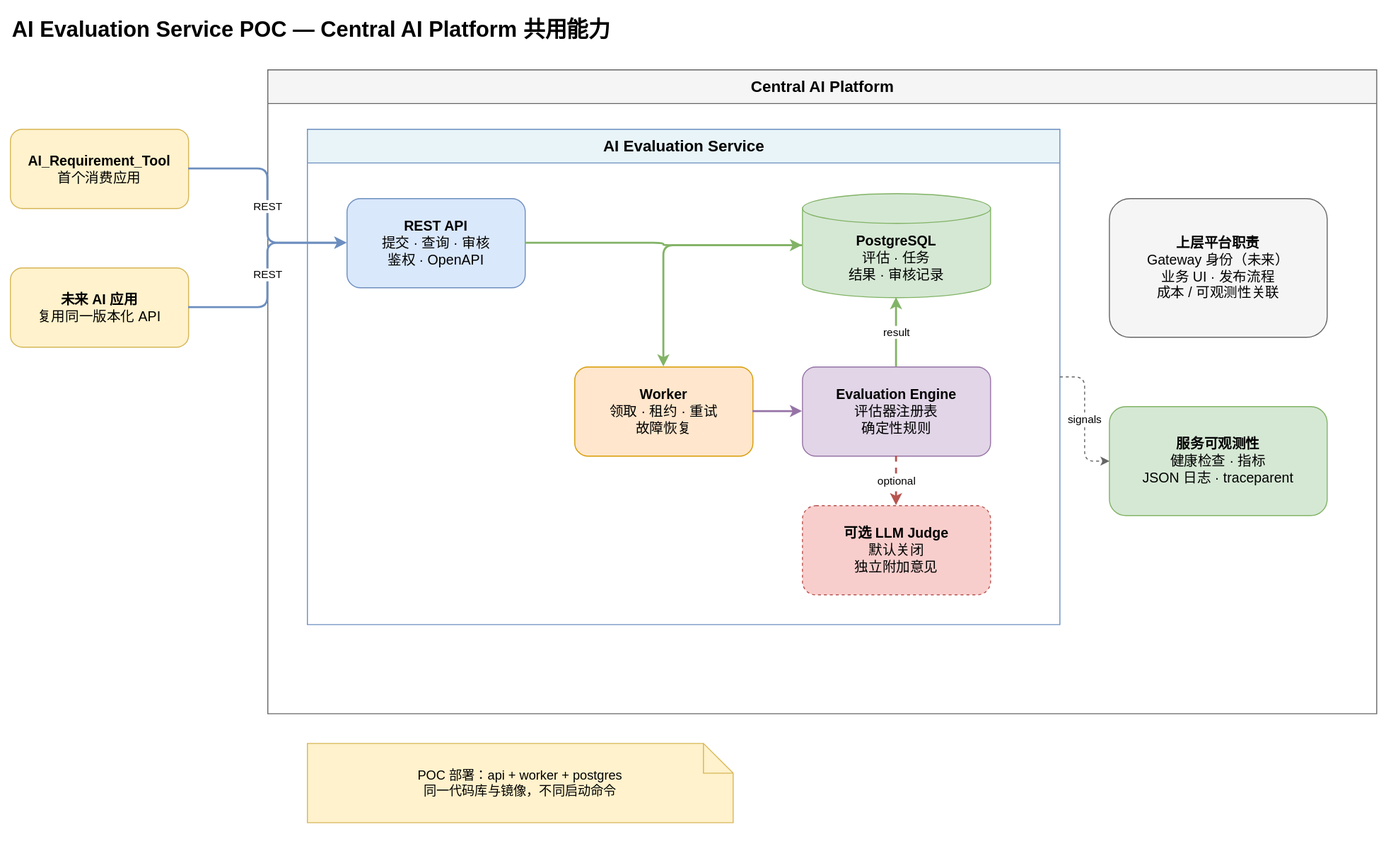
Earlier version of the draw.io export docs/diagrams/ai-evaluation-service-poc-architecture.drawio.svg (gjnzsu/ai-evaluation-service). Source tidied: cells renumbered, new cells last; positions are measured from the earlier drawing's top-left corner, leaving out a move shared by most shapes. The source it was exported from:
```xml
<mxGraphModel>
  <root>
    <mxCell id="0" />
    <mxCell id="1" parent="0" />
    <mxCell id="2" value="AI Evaluation Service POC — Central AI Platform 共用能力" style="text;html=1;fontSize=22;fontStyle=1;align=left;verticalAlign=middle;" parent="1" vertex="1">
      <mxGeometry width="900" height="40" as="geometry" />
    </mxCell>
    <mxCell id="3" value="&lt;b&gt;AI_Requirement_Tool&lt;/b&gt;&lt;br&gt;首个消费应用" style="rounded=1;whiteSpace=wrap;html=1;fillColor=#fff2cc;strokeColor=#d6b656;fontSize=14;" parent="1" vertex="1">
      <mxGeometry y="120" width="180" height="80" as="geometry" />
    </mxCell>
    <mxCell id="4" value="&lt;b&gt;未来 AI 应用&lt;/b&gt;&lt;br&gt;复用同一版本化 API" style="rounded=1;whiteSpace=wrap;html=1;fillColor=#fff2cc;strokeColor=#d6b656;fontSize=14;" parent="1" vertex="1">
      <mxGeometry y="260" width="180" height="80" as="geometry" />
    </mxCell>
    <mxCell id="5" value="Central AI Platform" style="swimlane;startSize=34;fillColor=#f5f5f5;strokeColor=#666666;fontStyle=1;fontSize=16;html=1;" parent="1" vertex="1">
      <mxGeometry x="260" y="60" width="1120" height="650" as="geometry" />
    </mxCell>
    <mxCell id="6" value="AI Evaluation Service" style="swimlane;startSize=34;fillColor=#e8f4f8;strokeColor=#6c8ebf;fontStyle=1;fontSize=16;html=1;" parent="5" vertex="1">
      <mxGeometry x="40" y="60" width="760" height="500" as="geometry" />
    </mxCell>
    <mxCell id="7" value="&lt;b&gt;REST API&lt;/b&gt;&lt;br&gt;提交 · 查询 · 审核&lt;br&gt;鉴权 · OpenAPI" style="rounded=1;whiteSpace=wrap;html=1;fillColor=#dae8fc;strokeColor=#6c8ebf;fontSize=14;" parent="6" vertex="1">
      <mxGeometry x="40" y="70" width="180" height="90" as="geometry" />
    </mxCell>
    <mxCell id="8" value="&lt;b&gt;PostgreSQL&lt;/b&gt;&lt;br&gt;评估 · 任务&lt;br&gt;结果 · 审核记录" style="shape=cylinder3;whiteSpace=wrap;html=1;boundedLbl=1;backgroundOutline=1;fillColor=#d5e8d4;strokeColor=#82b366;fontSize=14;" parent="6" vertex="1">
      <mxGeometry x="500" y="65" width="190" height="105" as="geometry" />
    </mxCell>
    <mxCell id="9" value="&lt;b&gt;Worker&lt;/b&gt;&lt;br&gt;领取 · 租约 · 重试&lt;br&gt;故障恢复" style="rounded=1;whiteSpace=wrap;html=1;fillColor=#ffe6cc;strokeColor=#d79b00;fontSize=14;" parent="6" vertex="1">
      <mxGeometry x="270" y="240" width="180" height="90" as="geometry" />
    </mxCell>
    <mxCell id="10" value="&lt;b&gt;Evaluation Engine&lt;/b&gt;&lt;br&gt;评估器注册表&lt;br&gt;确定性规则" style="rounded=1;whiteSpace=wrap;html=1;fillColor=#e1d5e7;strokeColor=#9673a6;fontSize=14;" parent="6" vertex="1">
      <mxGeometry x="500" y="240" width="190" height="90" as="geometry" />
    </mxCell>
    <mxCell id="11" value="&lt;b&gt;可选 LLM Judge&lt;/b&gt;&lt;br&gt;默认关闭&lt;br&gt;独立附加意见" style="rounded=1;whiteSpace=wrap;html=1;dashed=1;fillColor=#f8cecc;strokeColor=#b85450;fontSize=14;" parent="6" vertex="1">
      <mxGeometry x="500" y="380" width="190" height="90" as="geometry" />
    </mxCell>
    <mxCell id="12" value="&lt;b&gt;上层平台职责&lt;/b&gt;&lt;br&gt;Gateway 身份（未来）&lt;br&gt;业务 UI · 发布流程&lt;br&gt;成本 / 可观测性关联" style="rounded=1;whiteSpace=wrap;html=1;fillColor=#f5f5f5;strokeColor=#666666;fontSize=14;" parent="5" vertex="1">
      <mxGeometry x="850" y="130" width="220" height="140" as="geometry" />
    </mxCell>
    <mxCell id="13" value="&lt;b&gt;服务可观测性&lt;/b&gt;&lt;br&gt;健康检查 · 指标&lt;br&gt;JSON 日志 · traceparent" style="rounded=1;whiteSpace=wrap;html=1;fillColor=#d5e8d4;strokeColor=#82b366;fontSize=14;" parent="5" vertex="1">
      <mxGeometry x="850" y="340" width="220" height="110" as="geometry" />
    </mxCell>
    <mxCell id="14" value="POC 部署：api + worker + postgres&lt;br&gt;同一代码库与镜像，不同启动命令" style="shape=note;whiteSpace=wrap;html=1;fillColor=#fff2cc;strokeColor=#d6b656;fontSize=13;" parent="1" vertex="1">
      <mxGeometry x="300" y="740" width="430" height="80" as="geometry" />
    </mxCell>
    <mxCell id="15" value="REST" style="edgeStyle=orthogonalEdgeStyle;rounded=1;html=1;endArrow=classic;strokeWidth=2;strokeColor=#6c8ebf;" parent="1" edge="1" source="3" target="7">
      <mxGeometry relative="1" as="geometry" />
    </mxCell>
    <mxCell id="16" value="REST" style="edgeStyle=orthogonalEdgeStyle;rounded=1;html=1;endArrow=classic;strokeWidth=2;strokeColor=#6c8ebf;" parent="1" edge="1" source="4" target="7">
      <mxGeometry relative="1" as="geometry" />
    </mxCell>
    <mxCell id="17" style="edgeStyle=orthogonalEdgeStyle;rounded=1;html=1;endArrow=classic;strokeWidth=2;strokeColor=#82b366;" parent="1" edge="1" source="7" target="8">
      <mxGeometry relative="1" as="geometry" />
    </mxCell>
    <mxCell id="18" style="edgeStyle=orthogonalEdgeStyle;rounded=1;html=1;endArrow=classic;strokeWidth=2;strokeColor=#82b366;" parent="1" edge="1" source="8" target="9">
      <mxGeometry relative="1" as="geometry" />
    </mxCell>
    <mxCell id="19" style="edgeStyle=orthogonalEdgeStyle;rounded=1;html=1;endArrow=classic;strokeWidth=2;strokeColor=#9673a6;" parent="1" edge="1" source="9" target="10">
      <mxGeometry relative="1" as="geometry" />
    </mxCell>
    <mxCell id="20" value="optional" style="edgeStyle=orthogonalEdgeStyle;rounded=1;html=1;endArrow=classic;dashed=1;strokeWidth=2;strokeColor=#b85450;" parent="1" edge="1" source="10" target="11">
      <mxGeometry relative="1" as="geometry" />
    </mxCell>
    <mxCell id="21" value="result" style="edgeStyle=orthogonalEdgeStyle;rounded=1;html=1;endArrow=classic;strokeWidth=2;strokeColor=#82b366;" parent="1" edge="1" source="10" target="8">
      <mxGeometry relative="1" as="geometry" />
    </mxCell>
    <mxCell id="22" value="signals" style="edgeStyle=orthogonalEdgeStyle;rounded=1;html=1;endArrow=classic;dashed=1;strokeColor=#666666;" parent="1" edge="1" source="6" target="13">
      <mxGeometry relative="1" as="geometry" />
    </mxCell>
  </root>
</mxGraphModel>
```
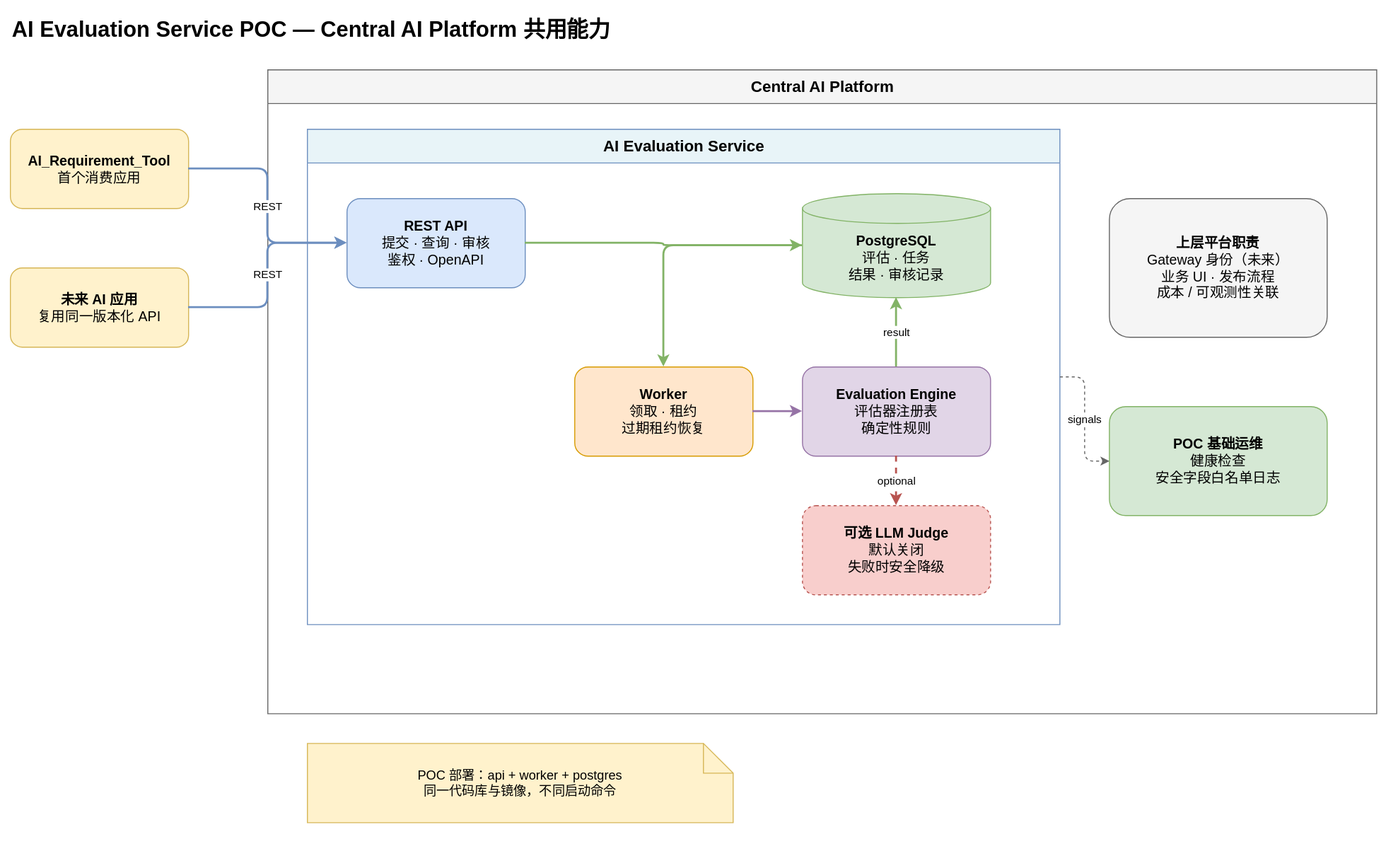
Above is the later version.

Commit message:
docs: align time-boxed evaluation service poc

Diff of the diagram source:
```diff
@@ -23,19 +23,19 @@
     <mxCell id="8" value="&lt;b&gt;PostgreSQL&lt;/b&gt;&lt;br&gt;评估 · 任务&lt;br&gt;结果 · 审核记录" style="shape=cylinder3;whiteSpace=wrap;html=1;boundedLbl=1;backgroundOutline=1;fillColor=#d5e8d4;strokeColor=#82b366;fontSize=14;" parent="6" vertex="1">
       <mxGeometry x="500" y="65" width="190" height="105" as="geometry" />
     </mxCell>
-    <mxCell id="9" value="&lt;b&gt;Worker&lt;/b&gt;&lt;br&gt;领取 · 租约 · 重试&lt;br&gt;故障恢复" style="rounded=1;whiteSpace=wrap;html=1;fillColor=#ffe6cc;strokeColor=#d79b00;fontSize=14;" parent="6" vertex="1">
+    <mxCell id="9" value="&lt;b&gt;Worker&lt;/b&gt;&lt;br&gt;领取 · 租约&lt;br&gt;过期租约恢复" style="rounded=1;whiteSpace=wrap;html=1;fillColor=#ffe6cc;strokeColor=#d79b00;fontSize=14;" parent="6" vertex="1">
       <mxGeometry x="270" y="240" width="180" height="90" as="geometry" />
     </mxCell>
     <mxCell id="10" value="&lt;b&gt;Evaluation Engine&lt;/b&gt;&lt;br&gt;评估器注册表&lt;br&gt;确定性规则" style="rounded=1;whiteSpace=wrap;html=1;fillColor=#e1d5e7;strokeColor=#9673a6;fontSize=14;" parent="6" vertex="1">
       <mxGeometry x="500" y="240" width="190" height="90" as="geometry" />
     </mxCell>
-    <mxCell id="11" value="&lt;b&gt;可选 LLM Judge&lt;/b&gt;&lt;br&gt;默认关闭&lt;br&gt;独立附加意见" style="rounded=1;whiteSpace=wrap;html=1;dashed=1;fillColor=#f8cecc;strokeColor=#b85450;fontSize=14;" parent="6" vertex="1">
+    <mxCell id="11" value="&lt;b&gt;可选 LLM Judge&lt;/b&gt;&lt;br&gt;默认关闭&lt;br&gt;失败时安全降级" style="rounded=1;whiteSpace=wrap;html=1;dashed=1;fillColor=#f8cecc;strokeColor=#b85450;fontSize=14;" parent="6" vertex="1">
       <mxGeometry x="500" y="380" width="190" height="90" as="geometry" />
     </mxCell>
     <mxCell id="12" value="&lt;b&gt;上层平台职责&lt;/b&gt;&lt;br&gt;Gateway 身份（未来）&lt;br&gt;业务 UI · 发布流程&lt;br&gt;成本 / 可观测性关联" style="rounded=1;whiteSpace=wrap;html=1;fillColor=#f5f5f5;strokeColor=#666666;fontSize=14;" parent="5" vertex="1">
       <mxGeometry x="850" y="130" width="220" height="140" as="geometry" />
     </mxCell>
-    <mxCell id="13" value="&lt;b&gt;服务可观测性&lt;/b&gt;&lt;br&gt;健康检查 · 指标&lt;br&gt;JSON 日志 · traceparent" style="rounded=1;whiteSpace=wrap;html=1;fillColor=#d5e8d4;strokeColor=#82b366;fontSize=14;" parent="5" vertex="1">
+    <mxCell id="13" value="&lt;b&gt;POC 基础运维&lt;/b&gt;&lt;br&gt;健康检查&lt;br&gt;安全字段白名单日志" style="rounded=1;whiteSpace=wrap;html=1;fillColor=#d5e8d4;strokeColor=#82b366;fontSize=14;" parent="5" vertex="1">
       <mxGeometry x="850" y="340" width="220" height="110" as="geometry" />
     </mxCell>
     <mxCell id="14" value="POC 部署：api + worker + postgres&lt;br&gt;同一代码库与镜像，不同启动命令" style="shape=note;whiteSpace=wrap;html=1;fillColor=#fff2cc;strokeColor=#d6b656;fontSize=13;" parent="1" vertex="1">
```
